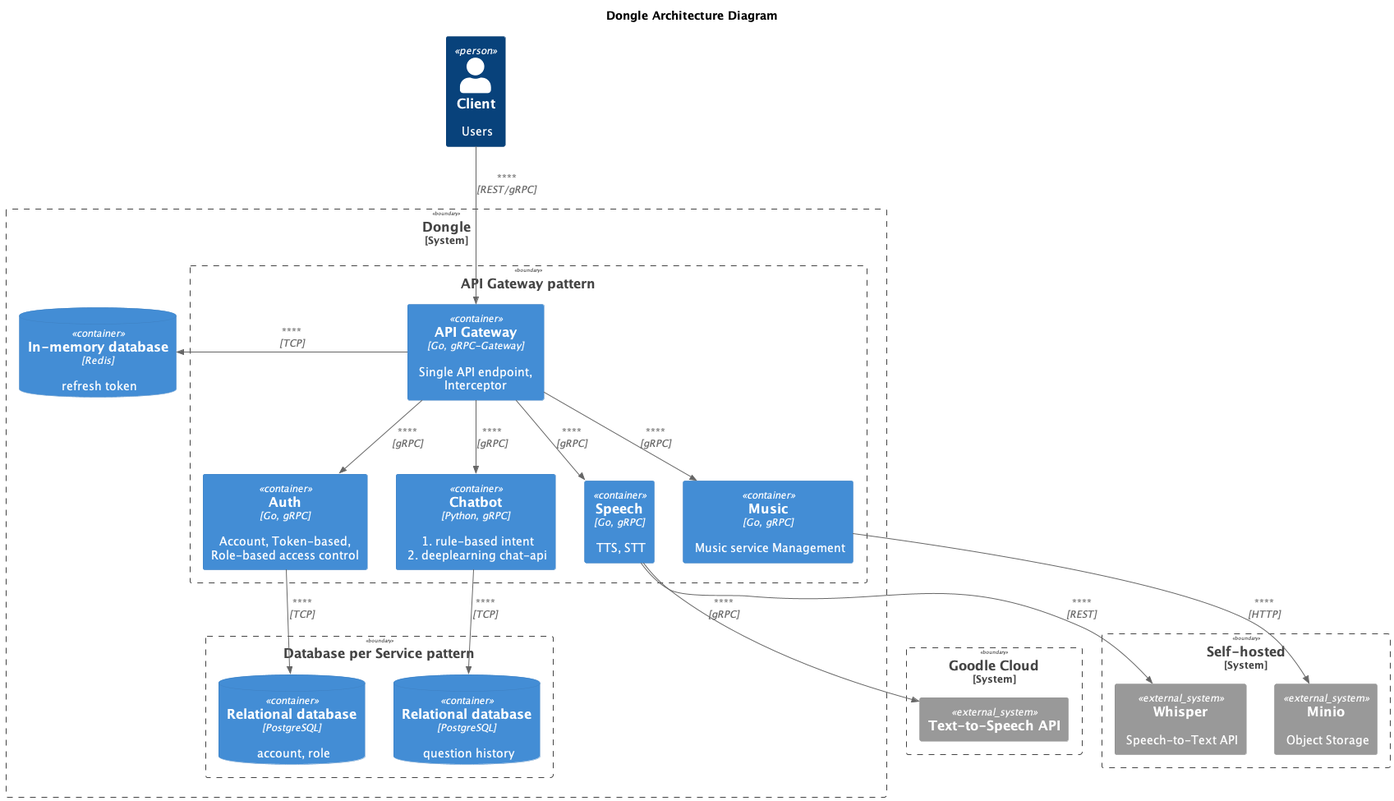
Earlier version of the PlantUML export docs/architecture/dongle.png (kimsehyoung/dongle). The source it was exported from:
```plantuml
@startuml app_arch_level1
!include <c4/C4_Component.puml>
title Dongle Architecture Diagram

Person(client, "Client" , "Users")


System_Boundary(c1, "Dongle") {
    Boundary(c2, "API Gateway pattern") {
        Container(api_gateway, "API Gateway", "Go, gRPC-Gateway","Single API endpoint, Interceptor")
        Container(auth, "Auth", "Go, gRPC", "Account, Token-based, Role-based access control")
        Container(speech, "Speech", "Go, gRPC", "TTS, STT")
        Container(chatbot, "Chatbot", "Python, gRPC", "1. rule-based intent\n 2. deeplearning chat-api")
        Container(music, "Music", "Go, gRPC","Music service Management")
    }
    ContainerDb(auth_memorydb, "In-memory database", "Redis", "refresh token")
    Boundary(c2_db, "Database per Service pattern") {
        ContainerDb(auth_rdb, "Relational database", "PostgreSQL", "account, role")
        ContainerDb(chatbot_rdb, "Relational database", "PostgreSQL", "question history")
    }

}


System_Boundary(c1_gcp, "Goodle Cloud") {
    System_Ext(texttospeech, "Text-to-Speech API")
}

System_Boundary(c1_onpremise, "Self-hosted") {
    System_Ext(whisper, "Whisper", "Speech-to-Text API")
    System_Ext(minio, "Minio", "Object Storage")
}


Rel(client, api_gateway, "", "REST/gRPC")
Rel(api_gateway, auth, "", "gRPC")
Rel(api_gateway, speech, "", "gRPC")
Rel(api_gateway, chatbot, "", "gRPC")
Rel(api_gateway, music, "", "gRPC")
Rel_R(api_gateway, auth_memorydb, "", "TCP")
Rel(auth, auth_rdb, "", "TCP")
Rel(speech, whisper, "", "REST")
Rel(speech, texttospeech, "", "gRPC")
Rel(chatbot, chatbot_rdb, "", "TCP")
Rel(music, minio, "", "HTTP")



@enduml
```
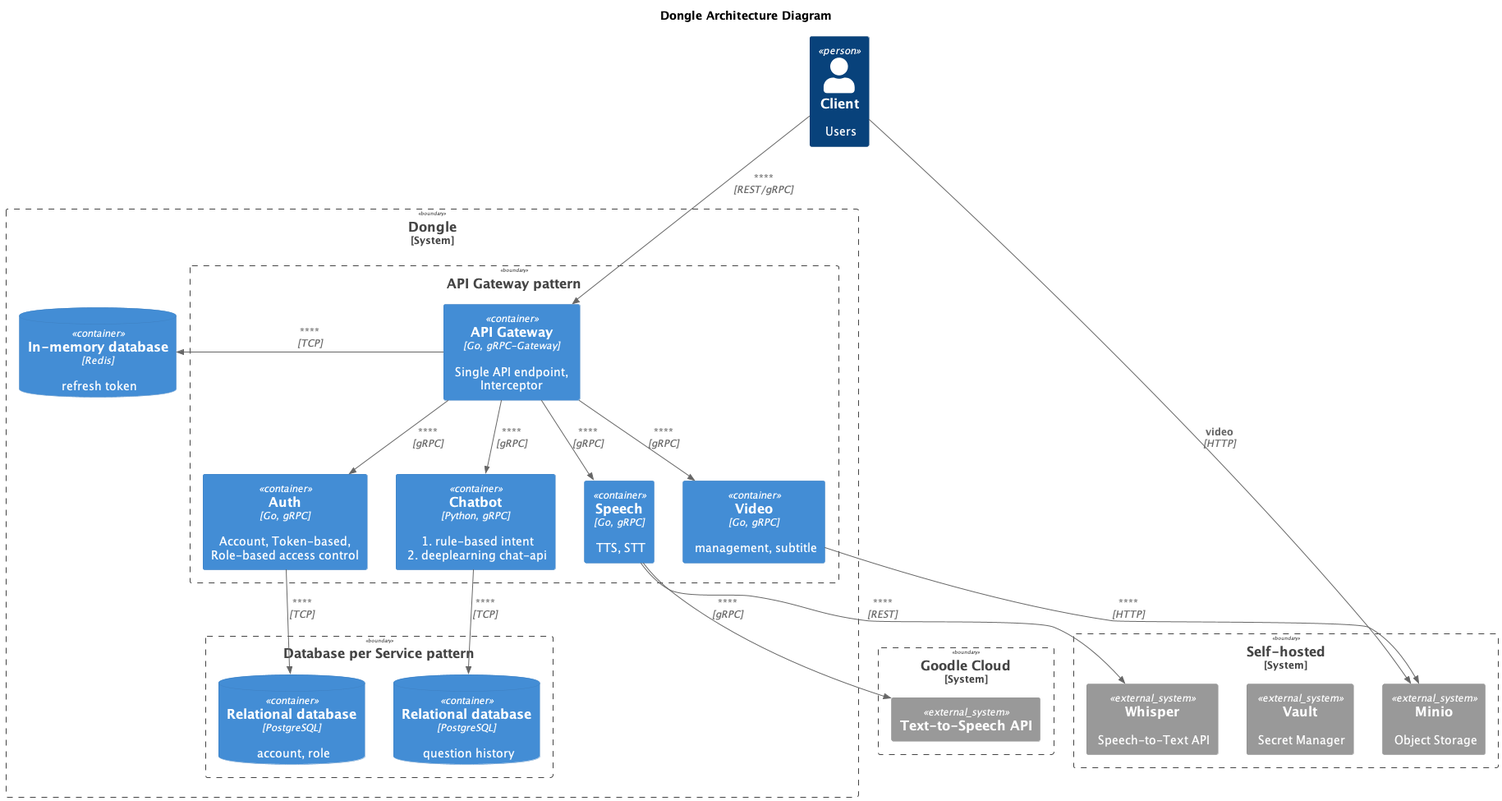
The same file after the commit.

What changed in the source:
```diff
@@ -11,7 +11,7 @@
         Container(auth, "Auth", "Go, gRPC", "Account, Token-based, Role-based access control")
         Container(speech, "Speech", "Go, gRPC", "TTS, STT")
         Container(chatbot, "Chatbot", "Python, gRPC", "1. rule-based intent\n 2. deeplearning chat-api")
-        Container(music, "Music", "Go, gRPC","Music service Management")
+        Container(video, "Video", "Go, gRPC","management, subtitle")
     }
     ContainerDb(auth_memorydb, "In-memory database", "Redis", "refresh token")
     Boundary(c2_db, "Database per Service pattern") {
@@ -27,8 +27,9 @@
 }
 
 System_Boundary(c1_onpremise, "Self-hosted") {
+    System_Ext(minio, "Minio", "Object Storage")
+    System_Ext(Vault, "Vault", "Secret Manager")
     System_Ext(whisper, "Whisper", "Speech-to-Text API")
-    System_Ext(minio, "Minio", "Object Storage")
 }
 
 
@@ -36,13 +37,14 @@
 Rel(api_gateway, auth, "", "gRPC")
 Rel(api_gateway, speech, "", "gRPC")
 Rel(api_gateway, chatbot, "", "gRPC")
-Rel(api_gateway, music, "", "gRPC")
+Rel(api_gateway, video, "", "gRPC")
 Rel_R(api_gateway, auth_memorydb, "", "TCP")
 Rel(auth, auth_rdb, "", "TCP")
 Rel(speech, whisper, "", "REST")
 Rel(speech, texttospeech, "", "gRPC")
 Rel(chatbot, chatbot_rdb, "", "TCP")
-Rel(music, minio, "", "HTTP")
+Rel(video, minio, "", "HTTP")
+Rel(client, minio, "video", "HTTP")
 
 
 
```
